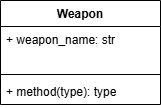
This is Lab_act3.drawio.png from lukebaldovino/Lab_act3, a draw.io export, as it was before one commit. Source tidied: cells renumbered, new cells last; positions are measured from the earlier drawing's top-left corner, leaving out a move shared by most shapes.
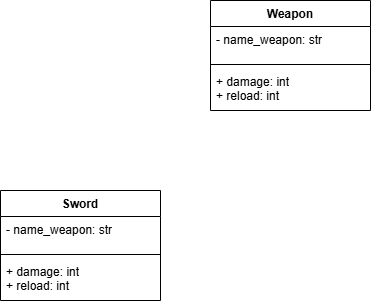
After the change.

What changed in the source:
```diff
@@ -3,16 +3,28 @@
     <mxCell id="0" />
     <mxCell id="1" parent="0" />
     <mxCell id="2" value="Weapon" style="swimlane;fontStyle=1;align=center;verticalAlign=top;horizontal=1;startSize=26;whiteSpace=wrap;html=1;" parent="1" vertex="1">
-      <mxGeometry width="160" height="104" as="geometry" />
+      <mxGeometry width="160" height="110" as="geometry" />
     </mxCell>
-    <mxCell id="3" value="+ weapon_name: str&lt;div&gt;&lt;br&gt;&lt;/div&gt;&lt;div&gt;&lt;br&gt;&lt;/div&gt;&lt;div&gt;&lt;br&gt;&lt;/div&gt;&lt;div&gt;&lt;br&gt;&lt;/div&gt;&lt;div&gt;&lt;br&gt;&lt;/div&gt;&lt;div&gt;&lt;br&gt;&lt;/div&gt;&lt;div&gt;&lt;br&gt;&lt;/div&gt;&lt;div&gt;&lt;br&gt;&lt;/div&gt;&lt;div&gt;&lt;br&gt;&lt;/div&gt;&lt;div&gt;&lt;br&gt;&lt;/div&gt;&lt;div&gt;&lt;br&gt;&lt;/div&gt;&lt;div&gt;&lt;br&gt;&lt;/div&gt;&lt;div&gt;&lt;br&gt;&lt;/div&gt;&lt;div&gt;&lt;br&gt;&lt;/div&gt;&lt;div&gt;&lt;br&gt;&lt;/div&gt;&lt;div&gt;&lt;br&gt;&lt;/div&gt;&lt;div&gt;&lt;br&gt;&lt;/div&gt;&lt;div&gt;&lt;br&gt;&lt;/div&gt;&lt;div&gt;&lt;br&gt;&lt;/div&gt;&lt;div&gt;&lt;br&gt;&lt;/div&gt;&lt;div&gt;&lt;br&gt;&lt;/div&gt;&lt;div&gt;&lt;br&gt;&lt;/div&gt;&lt;div&gt;&lt;br&gt;&lt;/div&gt;&lt;div&gt;&lt;br&gt;&lt;/div&gt;&lt;div&gt;&lt;br&gt;&lt;/div&gt;&lt;div&gt;&lt;br&gt;&lt;/div&gt;&lt;div&gt;&lt;br&gt;&lt;/div&gt;&lt;div&gt;&lt;br&gt;&lt;/div&gt;&lt;div&gt;&lt;br&gt;&lt;/div&gt;&lt;div&gt;&lt;br&gt;&lt;/div&gt;&lt;div&gt;&lt;br&gt;&lt;/div&gt;&lt;div&gt;&lt;br&gt;&lt;/div&gt;&lt;div&gt;&lt;br&gt;&lt;/div&gt;&lt;div&gt;&lt;br&gt;&lt;/div&gt;&lt;div&gt;&lt;br&gt;&lt;/div&gt;&lt;div&gt;&lt;br&gt;&lt;/div&gt;&lt;div&gt;&lt;br&gt;&lt;/div&gt;&lt;div&gt;&lt;br&gt;&lt;/div&gt;&lt;div&gt;&lt;br&gt;&lt;/div&gt;&lt;div&gt;&lt;br&gt;&lt;/div&gt;&lt;div&gt;&lt;br&gt;&lt;/div&gt;&lt;div&gt;&lt;br&gt;&lt;/div&gt;&lt;div&gt;&lt;br&gt;&lt;/div&gt;&lt;div&gt;&lt;br&gt;&lt;/div&gt;&lt;div&gt;&lt;br&gt;&lt;/div&gt;&lt;div&gt;&lt;br&gt;&lt;/div&gt;&lt;div&gt;&lt;br&gt;&lt;/div&gt;&lt;div&gt;&lt;br&gt;&lt;/div&gt;&lt;div&gt;&lt;br&gt;&lt;/div&gt;&lt;div&gt;&lt;br&gt;&lt;/div&gt;&lt;div&gt;&lt;br&gt;&lt;/div&gt;&lt;div&gt;&lt;br&gt;&lt;/div&gt;&lt;div&gt;&lt;br&gt;&lt;/div&gt;&lt;div&gt;&lt;br&gt;&lt;/div&gt;&lt;div&gt;&lt;br&gt;&lt;/div&gt;" style="text;strokeColor=none;fillColor=none;align=left;verticalAlign=top;spacingLeft=4;spacingRight=4;overflow=hidden;whiteSpace=wrap;html=1;" parent="2" vertex="1">
-      <mxGeometry y="26" width="160" height="44" as="geometry" />
+    <mxCell id="3" value="- name_weapon: str&lt;div&gt;&lt;br&gt;&lt;/div&gt;&lt;div&gt;&lt;br&gt;&lt;/div&gt;&lt;div&gt;&lt;br&gt;&lt;/div&gt;&lt;div&gt;&lt;br&gt;&lt;/div&gt;&lt;div&gt;&lt;br&gt;&lt;/div&gt;&lt;div&gt;&lt;br&gt;&lt;/div&gt;&lt;div&gt;&lt;br&gt;&lt;/div&gt;&lt;div&gt;&lt;br&gt;&lt;/div&gt;&lt;div&gt;&lt;br&gt;&lt;/div&gt;&lt;div&gt;&lt;br&gt;&lt;/div&gt;&lt;div&gt;&lt;br&gt;&lt;/div&gt;&lt;div&gt;&lt;br&gt;&lt;/div&gt;&lt;div&gt;&lt;br&gt;&lt;/div&gt;&lt;div&gt;&lt;br&gt;&lt;/div&gt;&lt;div&gt;&lt;br&gt;&lt;/div&gt;&lt;div&gt;&lt;br&gt;&lt;/div&gt;&lt;div&gt;&lt;br&gt;&lt;/div&gt;&lt;div&gt;&lt;br&gt;&lt;/div&gt;&lt;div&gt;&lt;br&gt;&lt;/div&gt;&lt;div&gt;&lt;br&gt;&lt;/div&gt;&lt;div&gt;&lt;br&gt;&lt;/div&gt;&lt;div&gt;&lt;br&gt;&lt;/div&gt;&lt;div&gt;&lt;br&gt;&lt;/div&gt;&lt;div&gt;&lt;br&gt;&lt;/div&gt;&lt;div&gt;&lt;br&gt;&lt;/div&gt;&lt;div&gt;&lt;br&gt;&lt;/div&gt;&lt;div&gt;&lt;br&gt;&lt;/div&gt;&lt;div&gt;&lt;br&gt;&lt;/div&gt;&lt;div&gt;&lt;br&gt;&lt;/div&gt;&lt;div&gt;&lt;br&gt;&lt;/div&gt;&lt;div&gt;&lt;br&gt;&lt;/div&gt;&lt;div&gt;&lt;br&gt;&lt;/div&gt;&lt;div&gt;&lt;br&gt;&lt;/div&gt;&lt;div&gt;&lt;br&gt;&lt;/div&gt;&lt;div&gt;&lt;br&gt;&lt;/div&gt;&lt;div&gt;&lt;br&gt;&lt;/div&gt;&lt;div&gt;&lt;br&gt;&lt;/div&gt;&lt;div&gt;&lt;br&gt;&lt;/div&gt;&lt;div&gt;&lt;br&gt;&lt;/div&gt;&lt;div&gt;&lt;br&gt;&lt;/div&gt;&lt;div&gt;&lt;br&gt;&lt;/div&gt;&lt;div&gt;&lt;br&gt;&lt;/div&gt;&lt;div&gt;&lt;br&gt;&lt;/div&gt;&lt;div&gt;&lt;br&gt;&lt;/div&gt;&lt;div&gt;&lt;br&gt;&lt;/div&gt;&lt;div&gt;&lt;br&gt;&lt;/div&gt;&lt;div&gt;&lt;br&gt;&lt;/div&gt;&lt;div&gt;&lt;br&gt;&lt;/div&gt;&lt;div&gt;&lt;br&gt;&lt;/div&gt;&lt;div&gt;&lt;br&gt;&lt;/div&gt;&lt;div&gt;&lt;br&gt;&lt;/div&gt;&lt;div&gt;&lt;br&gt;&lt;/div&gt;&lt;div&gt;&lt;br&gt;&lt;/div&gt;&lt;div&gt;&lt;br&gt;&lt;/div&gt;" style="text;strokeColor=none;fillColor=none;align=left;verticalAlign=top;spacingLeft=4;spacingRight=4;overflow=hidden;whiteSpace=wrap;html=1;" parent="2" vertex="1">
+      <mxGeometry y="26" width="160" height="34" as="geometry" />
     </mxCell>
     <mxCell id="4" style="line;strokeWidth=1;fillColor=none;align=left;verticalAlign=middle;spacingTop=-1;spacingLeft=3;spacingRight=3;labelPosition=right;strokeColor=inherit;" parent="2" vertex="1">
-      <mxGeometry y="70" width="160" height="8" as="geometry" />
+      <mxGeometry y="60" width="160" height="8" as="geometry" />
     </mxCell>
-    <mxCell id="5" value="+ method(type): type" style="text;strokeColor=none;fillColor=none;align=left;verticalAlign=top;spacingLeft=4;spacingRight=4;overflow=hidden;whiteSpace=wrap;html=1;" parent="2" vertex="1">
-      <mxGeometry y="78" width="160" height="26" as="geometry" />
+    <mxCell id="5" value="&lt;div&gt;&lt;span style=&quot;background-color: transparent; color: light-dark(rgb(0, 0, 0), rgb(255, 255, 255));&quot;&gt;+ damage: int&lt;/span&gt;&lt;/div&gt;&lt;div&gt;+ reload: int&lt;/div&gt;" style="text;strokeColor=none;fillColor=none;align=left;verticalAlign=top;spacingLeft=4;spacingRight=4;overflow=hidden;whiteSpace=wrap;html=1;" parent="2" vertex="1">
+      <mxGeometry y="68" width="160" height="42" as="geometry" />
     </mxCell>
+    <mxCell id="6" value="Sword" style="swimlane;fontStyle=1;align=center;verticalAlign=top;horizontal=1;startSize=26;whiteSpace=wrap;html=1;" parent="1" vertex="1">
+      <mxGeometry x="-210" y="190" width="160" height="110" as="geometry" />
+    </mxCell>
+    <mxCell id="7" value="- name_weapon: str&lt;div&gt;&lt;br&gt;&lt;/div&gt;&lt;div&gt;&lt;br&gt;&lt;/div&gt;&lt;div&gt;&lt;br&gt;&lt;/div&gt;&lt;div&gt;&lt;br&gt;&lt;/div&gt;&lt;div&gt;&lt;br&gt;&lt;/div&gt;&lt;div&gt;&lt;br&gt;&lt;/div&gt;&lt;div&gt;&lt;br&gt;&lt;/div&gt;&lt;div&gt;&lt;br&gt;&lt;/div&gt;&lt;div&gt;&lt;br&gt;&lt;/div&gt;&lt;div&gt;&lt;br&gt;&lt;/div&gt;&lt;div&gt;&lt;br&gt;&lt;/div&gt;&lt;div&gt;&lt;br&gt;&lt;/div&gt;&lt;div&gt;&lt;br&gt;&lt;/div&gt;&lt;div&gt;&lt;br&gt;&lt;/div&gt;&lt;div&gt;&lt;br&gt;&lt;/div&gt;&lt;div&gt;&lt;br&gt;&lt;/div&gt;&lt;div&gt;&lt;br&gt;&lt;/div&gt;&lt;div&gt;&lt;br&gt;&lt;/div&gt;&lt;div&gt;&lt;br&gt;&lt;/div&gt;&lt;div&gt;&lt;br&gt;&lt;/div&gt;&lt;div&gt;&lt;br&gt;&lt;/div&gt;&lt;div&gt;&lt;br&gt;&lt;/div&gt;&lt;div&gt;&lt;br&gt;&lt;/div&gt;&lt;div&gt;&lt;br&gt;&lt;/div&gt;&lt;div&gt;&lt;br&gt;&lt;/div&gt;&lt;div&gt;&lt;br&gt;&lt;/div&gt;&lt;div&gt;&lt;br&gt;&lt;/div&gt;&lt;div&gt;&lt;br&gt;&lt;/div&gt;&lt;div&gt;&lt;br&gt;&lt;/div&gt;&lt;div&gt;&lt;br&gt;&lt;/div&gt;&lt;div&gt;&lt;br&gt;&lt;/div&gt;&lt;div&gt;&lt;br&gt;&lt;/div&gt;&lt;div&gt;&lt;br&gt;&lt;/div&gt;&lt;div&gt;&lt;br&gt;&lt;/div&gt;&lt;div&gt;&lt;br&gt;&lt;/div&gt;&lt;div&gt;&lt;br&gt;&lt;/div&gt;&lt;div&gt;&lt;br&gt;&lt;/div&gt;&lt;div&gt;&lt;br&gt;&lt;/div&gt;&lt;div&gt;&lt;br&gt;&lt;/div&gt;&lt;div&gt;&lt;br&gt;&lt;/div&gt;&lt;div&gt;&lt;br&gt;&lt;/div&gt;&lt;div&gt;&lt;br&gt;&lt;/div&gt;&lt;div&gt;&lt;br&gt;&lt;/div&gt;&lt;div&gt;&lt;br&gt;&lt;/div&gt;&lt;div&gt;&lt;br&gt;&lt;/div&gt;&lt;div&gt;&lt;br&gt;&lt;/div&gt;&lt;div&gt;&lt;br&gt;&lt;/div&gt;&lt;div&gt;&lt;br&gt;&lt;/div&gt;&lt;div&gt;&lt;br&gt;&lt;/div&gt;&lt;div&gt;&lt;br&gt;&lt;/div&gt;&lt;div&gt;&lt;br&gt;&lt;/div&gt;&lt;div&gt;&lt;br&gt;&lt;/div&gt;&lt;div&gt;&lt;br&gt;&lt;/div&gt;&lt;div&gt;&lt;br&gt;&lt;/div&gt;" style="text;strokeColor=none;fillColor=none;align=left;verticalAlign=top;spacingLeft=4;spacingRight=4;overflow=hidden;whiteSpace=wrap;html=1;" parent="6" vertex="1">
+      <mxGeometry y="26" width="160" height="34" as="geometry" />
+    </mxCell>
+    <mxCell id="8" style="line;strokeWidth=1;fillColor=none;align=left;verticalAlign=middle;spacingTop=-1;spacingLeft=3;spacingRight=3;labelPosition=right;strokeColor=inherit;" parent="6" vertex="1">
+      <mxGeometry y="60" width="160" height="8" as="geometry" />
+    </mxCell>
+    <mxCell id="9" value="&lt;div&gt;&lt;span style=&quot;background-color: transparent; color: light-dark(rgb(0, 0, 0), rgb(255, 255, 255));&quot;&gt;+ damage: int&lt;/span&gt;&lt;/div&gt;&lt;div&gt;+ reload: int&lt;/div&gt;" style="text;strokeColor=none;fillColor=none;align=left;verticalAlign=top;spacingLeft=4;spacingRight=4;overflow=hidden;whiteSpace=wrap;html=1;" parent="6" vertex="1">
+      <mxGeometry y="68" width="160" height="42" as="geometry" />
+    </mxCell>
   </root>
 </mxGraphModel>
```
